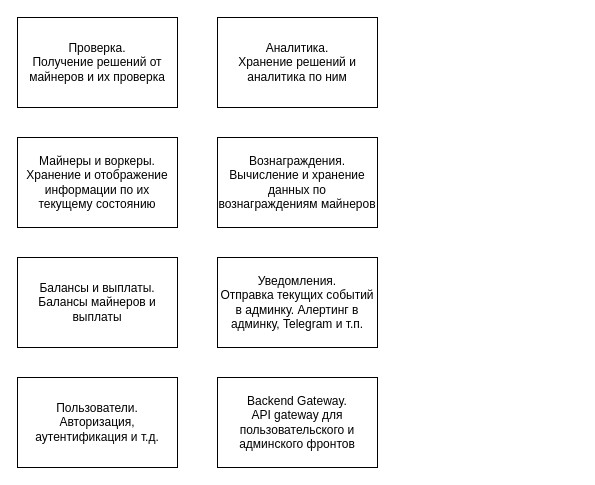
This is page "General scheme" (1 of 3) of tzpool.drawio from dnsoftware/mpm-structure, a draw.io file, before an edit. Source tidied: cells renumbered, new cells numbered last; positions are measured from the earlier drawing's top-left corner, leaving out a move shared by most shapes. Both pictures are drawn from the tidied source at 100%, with x=0, y=0 at pixel (17, 17).
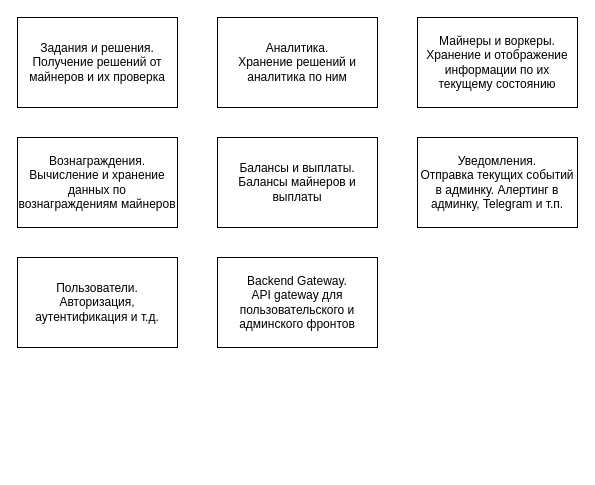
Above is the later version.

Change to the diagram source:
```diff
@@
 <mxGraphModel>
   <root>
     <mxCell id="0" />
     <mxCell id="1" parent="0" />
-    <mxCell id="2" value="&lt;div&gt;Проверка.&lt;br&gt;&lt;/div&gt;&lt;div&gt;Получение решений от майнеров и их проверка &lt;/div&gt;" style="rounded=0;whiteSpace=wrap;html=1;" parent="1" vertex="1">
+    <mxCell id="2" value="&lt;div&gt;Задания и решения.&lt;br&gt;&lt;/div&gt;&lt;div&gt;Получение решений от майнеров и их проверка &lt;/div&gt;" style="rounded=0;whiteSpace=wrap;html=1;" parent="1" vertex="1">
       <mxGeometry width="160" height="90" as="geometry" />
     </mxCell>
     <mxCell id="3" value="&lt;div&gt;Аналитика.&lt;br&gt;&lt;/div&gt;&lt;div&gt;Хранение решений и аналитика по ним&lt;/div&gt;" style="rounded=0;whiteSpace=wrap;html=1;" parent="1" vertex="1">
       <mxGeometry x="200" width="160" height="90" as="geometry" />
     </mxCell>
     <mxCell id="4" value="&lt;div&gt;Майнеры и воркеры.&lt;br&gt;&lt;/div&gt;&lt;div&gt;Хранение и отображение информации по их текущему состоянию&lt;/div&gt;" style="rounded=0;whiteSpace=wrap;html=1;" parent="1" vertex="1">
-      <mxGeometry y="120" width="160" height="90" as="geometry" />
+      <mxGeometry x="400" width="160" height="90" as="geometry" />
     </mxCell>
     <mxCell id="5" value="&lt;div&gt;Вознаграждения.&lt;br&gt;&lt;/div&gt;&lt;div&gt;Вычисление и хранение данных по вознаграждениям майнеров&lt;/div&gt;" style="rounded=0;whiteSpace=wrap;html=1;" parent="1" vertex="1">
-      <mxGeometry x="200" y="120" width="160" height="90" as="geometry" />
+      <mxGeometry y="120" width="160" height="90" as="geometry" />
     </mxCell>
     <mxCell id="6" value="&lt;div&gt;Балансы и выплаты.&lt;br&gt;&lt;/div&gt;&lt;div&gt;Балансы майнеров и выплаты&lt;/div&gt;" style="rounded=0;whiteSpace=wrap;html=1;" parent="1" vertex="1">
-      <mxGeometry y="240" width="160" height="90" as="geometry" />
+      <mxGeometry x="200" y="120" width="160" height="90" as="geometry" />
     </mxCell>
     <mxCell id="7" value="&lt;div&gt;Уведомления.&lt;/div&gt;&lt;div&gt;Отправка текущих событий в админку. Алертинг в админку, Telegram и т.п.&lt;br&gt;&lt;/div&gt;" style="rounded=0;whiteSpace=wrap;html=1;" parent="1" vertex="1">
-      <mxGeometry x="200" y="240" width="160" height="90" as="geometry" />
+      <mxGeometry x="400" y="120" width="160" height="90" as="geometry" />
     </mxCell>
     <mxCell id="8" value="&lt;div&gt;Пользователи.&lt;/div&gt;&lt;div&gt;Авторизация, аутентификация и т.д.&lt;br&gt;&lt;/div&gt;" style="rounded=0;whiteSpace=wrap;html=1;" parent="1" vertex="1">
-      <mxGeometry y="360" width="160" height="90" as="geometry" />
+      <mxGeometry y="240" width="160" height="90" as="geometry" />
     </mxCell>
     <mxCell id="9" value="&lt;div&gt;Backend Gateway.&lt;/div&gt;&lt;div&gt;API gateway для пользовательского и админского фронтов&lt;br&gt;&lt;/div&gt;" style="rounded=0;whiteSpace=wrap;html=1;" parent="1" vertex="1">
-      <mxGeometry x="200" y="360" width="160" height="90" as="geometry" />
+      <mxGeometry x="200" y="240" width="160" height="90" as="geometry" />
     </mxCell>
   </root>
 </mxGraphModel>
```
